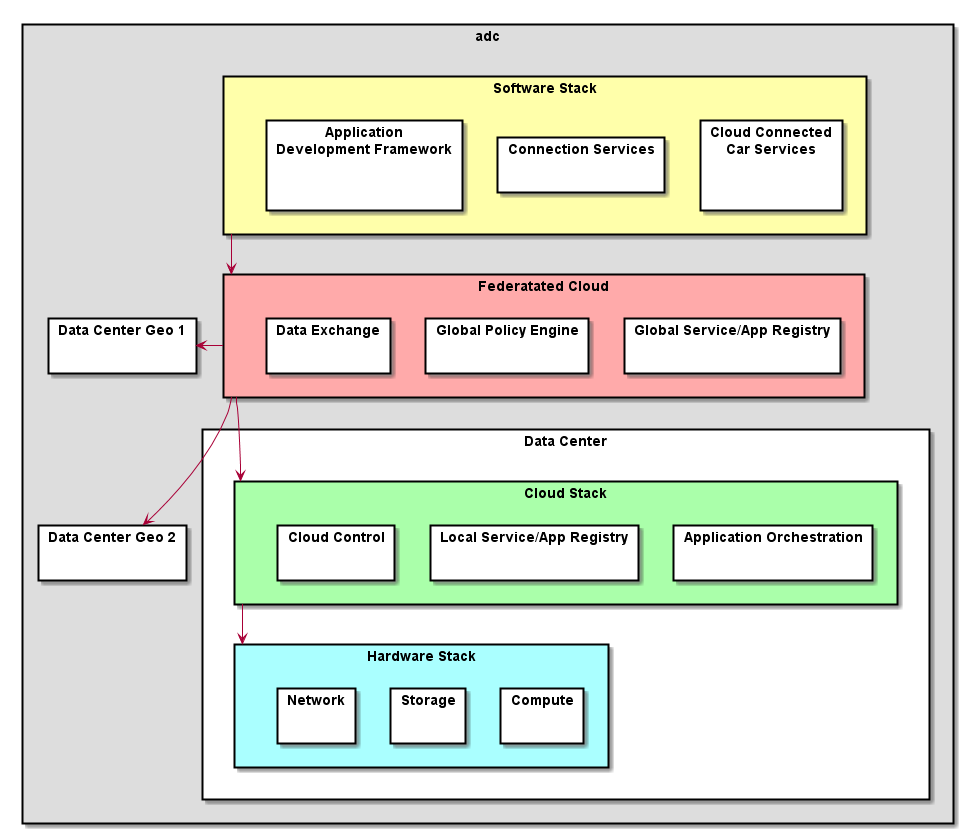
CAADE/ADC keeps this PlantUML diagram as docs/Solution/Physical.png. Above is the earlier version. The source it was exported from:
```plantuml
@startuml


skinparam packageStyle rect

top to bottom direction

package adc  #dddddd {

  package "Software Stack" #ffffaa {
    package "Cloud Connected\nCar Services" { }
    package "Connection Services" { }
    package "Application\nDevelopment Framework" { }
  }
  package "Data Center" as DC #ffffff {
      package "Cloud Stack" #aaffaa {
        package "Application Orchestration" { }
        package "Local Service/App Registry" as LSAR { }
        package "Cloud Control" { }
      }
      package "Hardware Stack" #aaffff {
        package "Compute" { }
        package "Storage" { }
        package "Network" { }
      }
  }
  package "Federatated Cloud" as FC #ffaaaa {
      package "Global Service/App Registry" as GSAR { }
      package "Global Policy Engine" as GPE { }
      package "Data Exchange" as DE { }
  }
  package "Data Center Geo 1" as DCG1 { }
  package "Data Center Geo 2" as DCG2 { }
  FC --> "Cloud Stack"
  FC -> DCG1
  FC --> DCG2
  "Software Stack" --> FC
}

"Cloud Stack" --> "Hardware Stack"

@enduml
```
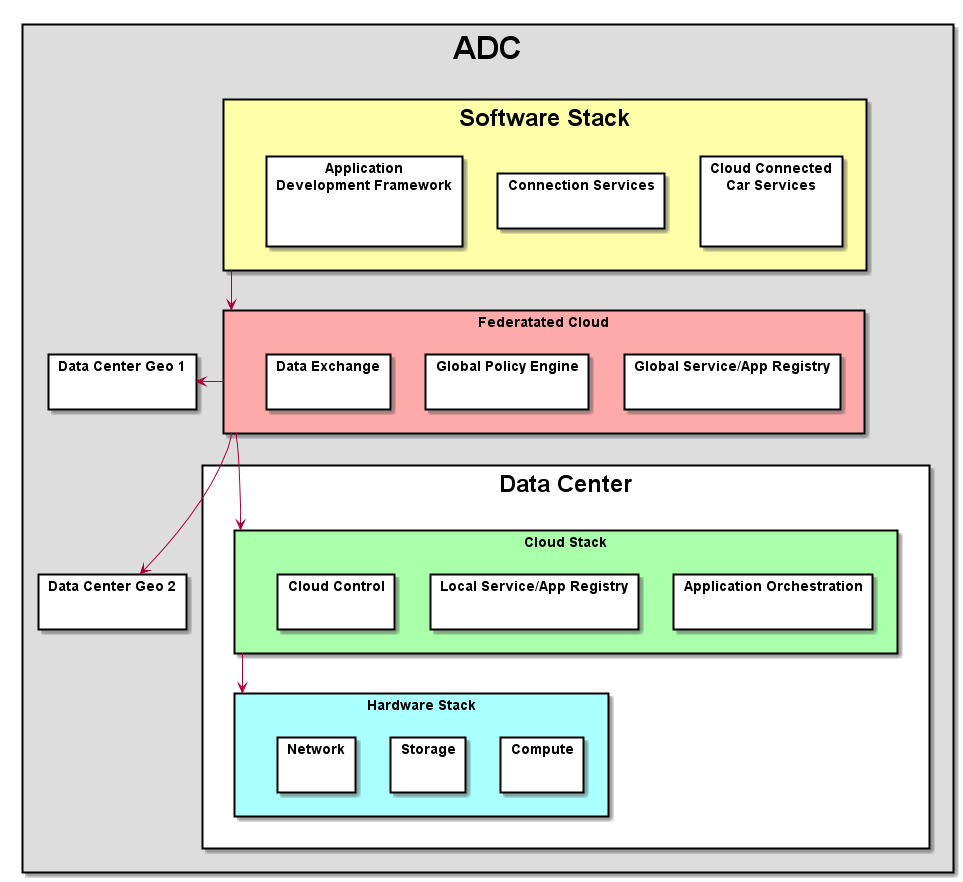
Later version of the same file.

The edit, as a diff of the source:
```diff
@@ -5,20 +5,20 @@
 
 top to bottom direction
 
-package adc  #dddddd {
+package <size:32>ADC</size>  #dddddd {
 
-  package "Software Stack" #ffffaa {
+  package "<size:24>Software Stack</size>" as SS #ffffaa {
     package "Cloud Connected\nCar Services" { }
     package "Connection Services" { }
     package "Application\nDevelopment Framework" { }
   }
-  package "Data Center" as DC #ffffff {
-      package "Cloud Stack" #aaffaa {
+  package "<size:24>Data Center</size>" as DC #ffffff {
+      package "Cloud Stack" as CS #aaffaa {
         package "Application Orchestration" { }
         package "Local Service/App Registry" as LSAR { }
         package "Cloud Control" { }
       }
-      package "Hardware Stack" #aaffff {
+      package "Hardware Stack" as HS #aaffff {
         package "Compute" { }
         package "Storage" { }
         package "Network" { }
@@ -31,12 +31,12 @@
   }
   package "Data Center Geo 1" as DCG1 { }
   package "Data Center Geo 2" as DCG2 { }
-  FC --> "Cloud Stack"
+  FC --> CS
   FC -> DCG1
   FC --> DCG2
-  "Software Stack" --> FC
+  SS --> FC
 }
 
-"Cloud Stack" --> "Hardware Stack"
+CS --> HS
 
 @enduml
```
